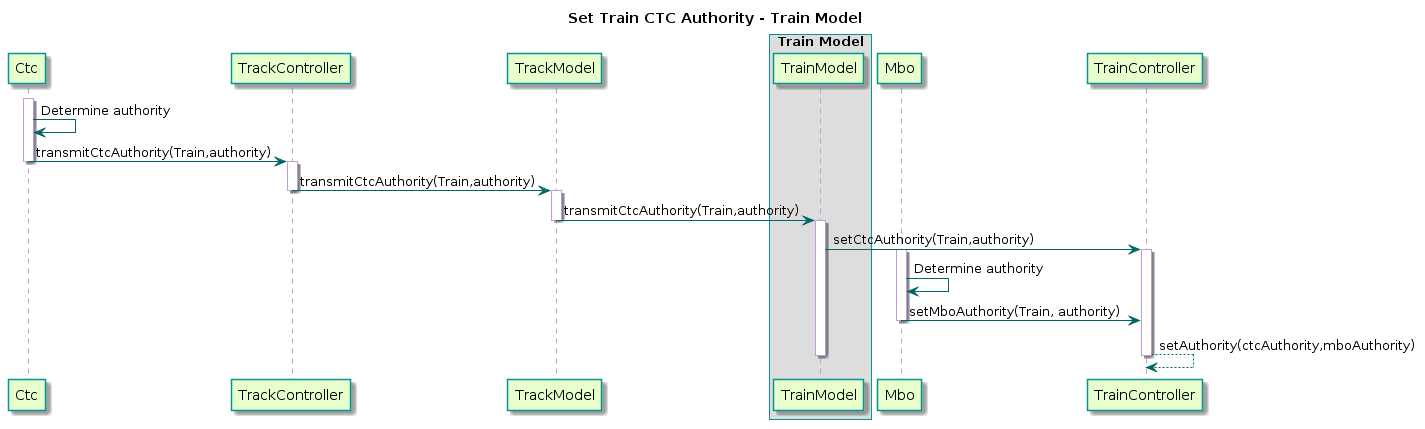
Earlier version of the PlantUML export TrainSystem/yUML/Sequence Diagrams/TrainModel/SetAuthority.png (kevingilboy/COE1186). Its diagram source:
```plantuml
@startuml
title Set Train CTC Authority - Train Model

skinparam sequence {
  BackgroundColor transparent
  ParticipantBackgroundColor #e6ffcc
  ParticipantBorderColor 	#049595
  PackageBorderCOlor  #049595
  BoxBorderColor  #049595
  ArrowColor #006666
  LifeLineBorderColor #c09cd9
}

participant Ctc
participant TrackController
participant TrackModel
box "Train Model"
participant TrainModel
end box
participant Mbo

activate Ctc
Ctc -> Ctc : Determine authority
Ctc -> TrackController : transmitCtcAuthority(Train,authority)
deactivate Ctc

activate TrackController
TrackController -> TrackModel : transmitCtcAuthority(Train,authority)
deactivate TrackController

activate TrackModel
TrackModel -> TrainModel : transmitCtcAuthority(Train,authority)
deactivate TrackModel

activate TrainModel
TrainModel -> TrainController : setCtcAuthority(Train,authority)
activate TrainController

activate Mbo
Mbo -> Mbo : Determine authority
Mbo -> TrainController : setMboAuthority(Train, authority)
deactivate Mbo

TrainController --> TrainController : setAuthority(ctcAuthority,mboAuthority)
deactivate TrainController

deactivate TrainModel
@enduml
```
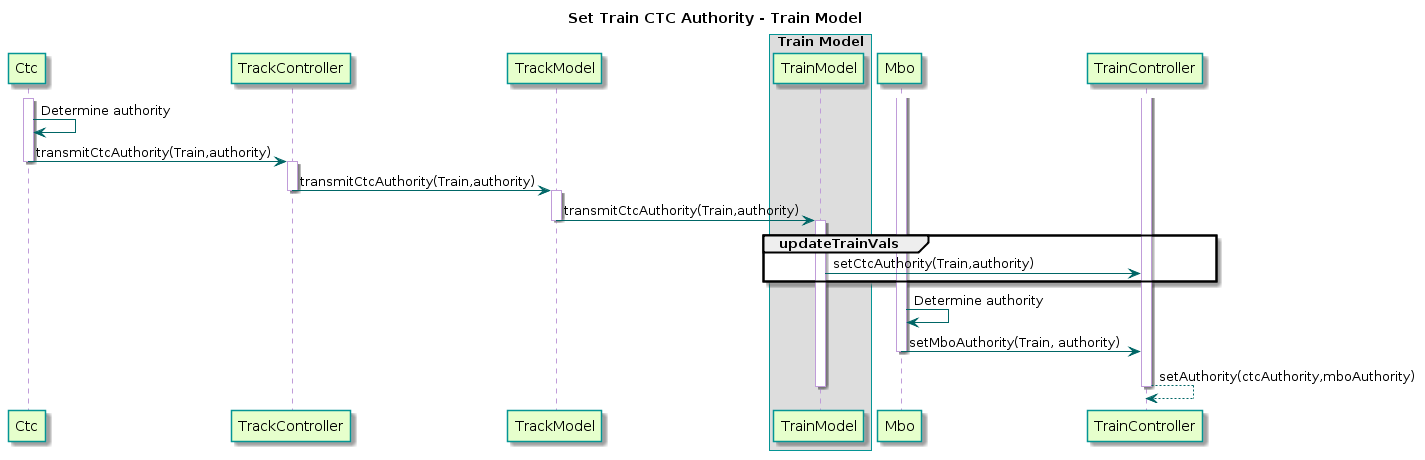
Later version of the same file.

Change to the diagram source:
```diff
@@ -33,7 +33,9 @@
 deactivate TrackModel
 
 activate TrainModel
+group updateTrainVals
 TrainModel -> TrainController : setCtcAuthority(Train,authority)
+end
 activate TrainController
 
 activate Mbo
```
